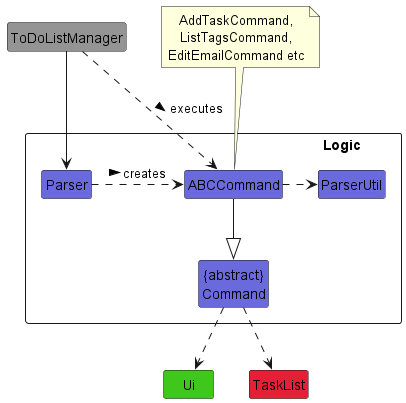
Before: docs/images/LogicClassDiagram.png, a diagram exported from PlantUML (nus-cs2113-AY2223S2/tp).
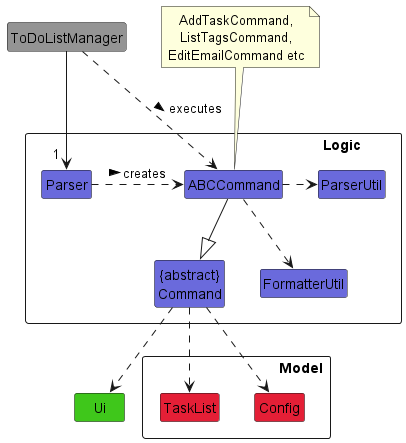
The same file after the commit.

The edit, as a diff of the source:
```diff
@@ -7,18 +7,24 @@
 class "{abstract}\nCommand" as Command COLOR_LOGIC
 class ABCCommand COLOR_LOGIC
 class ParserUtil COLOR_LOGIC
+class FormatterUtil COLOR_LOGIC
 }
 class ToDoListManager COLOR_MAIN
 class Ui COLOR_UI
+package "\t\t\t\tModel" <<Rectangle>> {
 class TaskList COLOR_TASK_LIST
+class Config COLOR_TASK_LIST
+}
 
 note top of ABCCommand: AddTaskCommand,\nListTagsCommand,\nEditEmailCommand etc
 
 Parser .> ABCCommand : creates >
 ABCCommand -d-|> Command
 ABCCommand .> ParserUtil
+ABCCommand ..> FormatterUtil
 Command .d.> TaskList
+Command .d.> Config
 Command .d.> Ui
-ToDoListManager -d-> Parser
+ToDoListManager -d-> "\t1" Parser
 ToDoListManager .> ABCCommand : executes >
 @enduml
```
